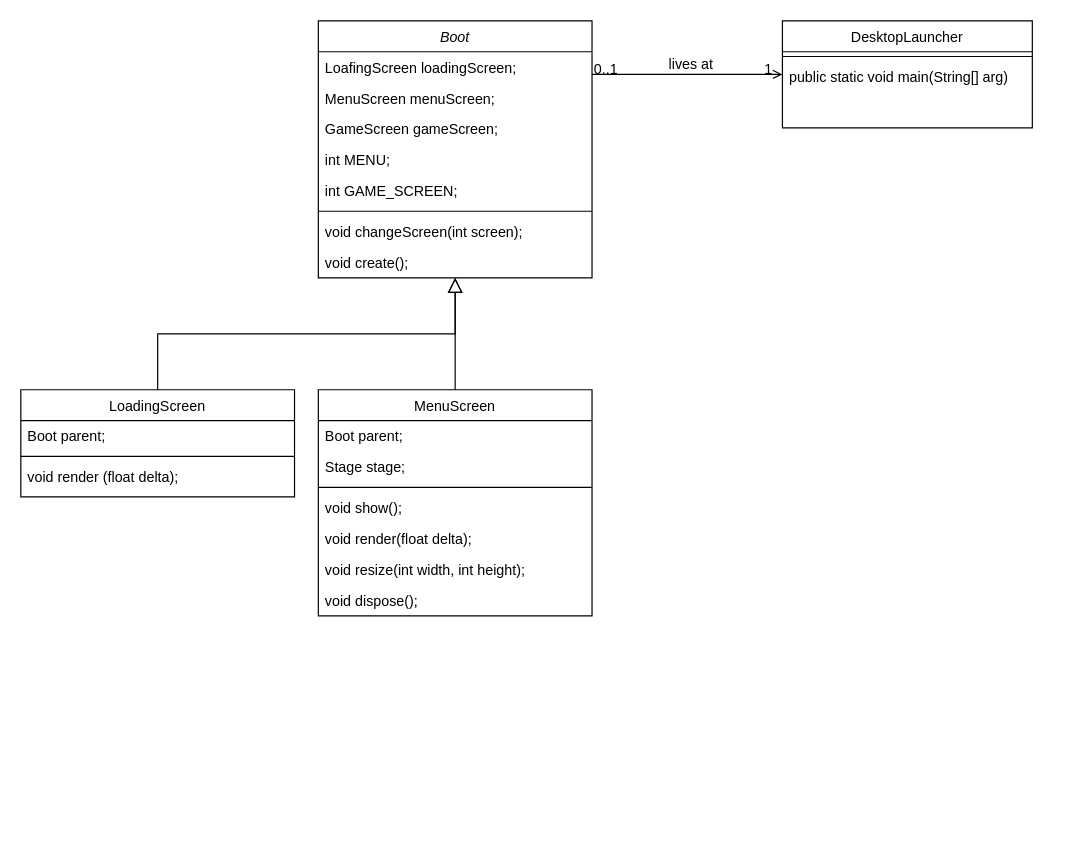
This is libgdx_fundamentos.drawio from LuizGuilhermeNych/LibGDX_Fundamentos, a draw.io file, before an edit. Source tidied: cells renumbered, new cells numbered last; positions are measured from the earlier drawing's top-left corner, leaving out a move shared by most shapes. Both pictures are drawn from the tidied source at 119%, with x=0, y=0 at pixel (20, 20).
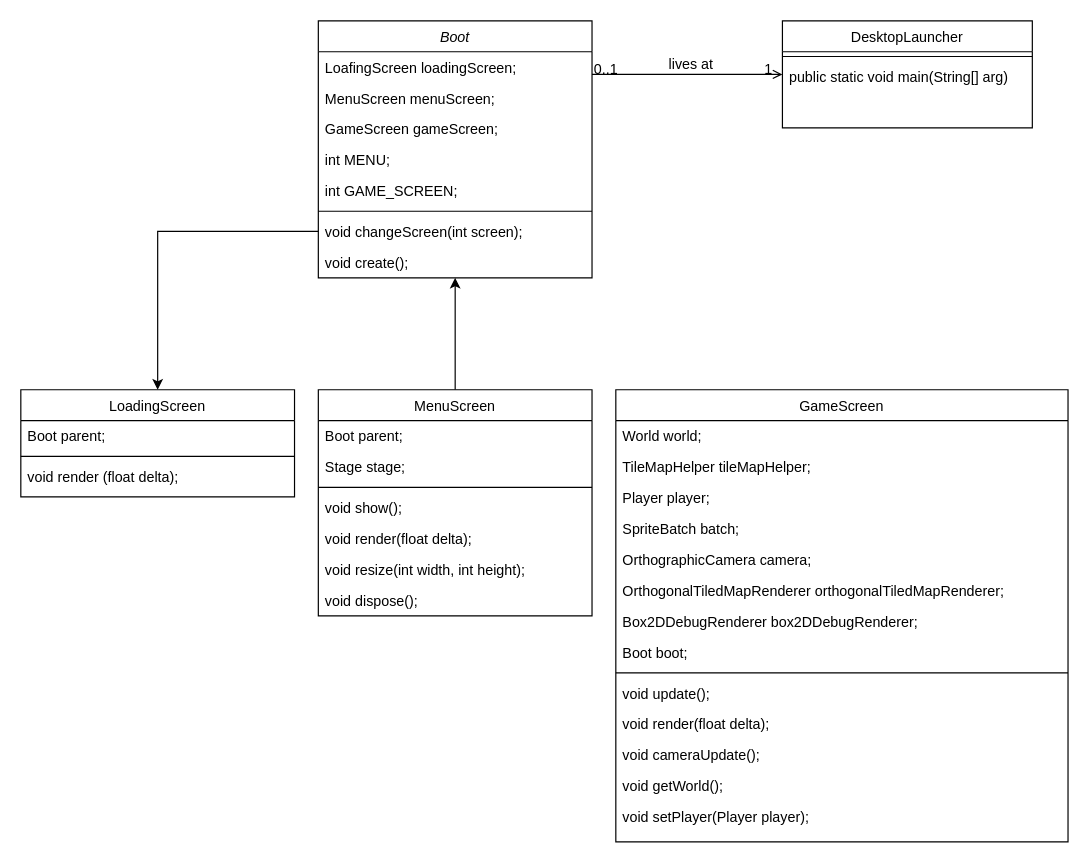
The same page after the edit.

Commit message (it also covers changes not shown here):
Player Texture.

The change refers to these unchanged cells:
```xml
<mxCell id="2" value="Boot" style="swimlane;fontStyle=2;align=center;verticalAlign=top;horizontal=1;startSize=26;rounded=0;shadow=0;strokeWidth=1;" parent="1" vertex="1">
  <mxGeometry x="250" width="230" height="216" as="geometry" />
</mxCell>
<mxCell id="9" value="void changeScreen(int screen);" style="text;align=left;verticalAlign=top;spacingLeft=4;spacingRight=4;overflow=hidden;points=[[0,0.5],[1,0.5]];portConstraint=eastwest;" parent="2" vertex="1">
  <mxGeometry y="164" width="230" height="26" as="geometry" />
</mxCell>
<mxCell id="11" value="LoadingScreen" style="swimlane;fontStyle=0;align=center;verticalAlign=top;horizontal=1;startSize=26;rounded=0;shadow=0;strokeWidth=1;" parent="1" vertex="1">
  <mxGeometry y="310" width="230" height="90" as="geometry" />
</mxCell>
<mxCell id="16" value="MenuScreen" style="swimlane;fontStyle=0;align=center;verticalAlign=top;horizontal=1;startSize=26;rounded=0;shadow=0;strokeWidth=1;" parent="1" vertex="1">
  <mxGeometry x="250" y="310" width="230" height="190" as="geometry" />
</mxCell>
```

Change to the diagram source:
```diff
@@
-    <mxCell id="15" style="endArrow=block;endSize=10;endFill=0;shadow=0;strokeWidth=1;rounded=0;edgeStyle=elbowEdgeStyle;elbow=vertical;" parent="1" edge="1" source="11" target="2">
-      <mxGeometry relative="1" as="geometry" />
-    </mxCell>
+    <mxCell id="24" style="edgeStyle=orthogonalEdgeStyle;rounded=0;jettySize=auto;html=1;exitX=0.5;exitY=0;exitDx=0;exitDy=0;entryX=0.5;entryY=1;entryDx=0;entryDy=0;" parent="1" edge="1" source="16" target="2">
+      <mxGeometry relative="1" as="geometry" />
+    </mxCell>
@@
-    <mxCell id="24" style="endArrow=block;endSize=10;endFill=0;shadow=0;strokeWidth=1;rounded=0;edgeStyle=elbowEdgeStyle;elbow=vertical;" parent="1" edge="1" source="16" target="2">
-      <mxGeometry relative="1" as="geometry" />
-    </mxCell>
@@
+    <mxCell id="32" value="GameScreen" style="swimlane;fontStyle=0;align=center;verticalAlign=top;horizontal=1;startSize=26;rounded=0;shadow=0;strokeWidth=1;" parent="1" vertex="1">
+      <mxGeometry x="500" y="310" width="380" height="380" as="geometry" />
+    </mxCell>
+    <mxCell id="33" value="World world;" style="text;align=left;verticalAlign=top;spacingLeft=4;spacingRight=4;overflow=hidden;" parent="32" vertex="1">
+      <mxGeometry y="26" width="380" height="26" as="geometry" />
+    </mxCell>
+    <mxCell id="34" value="TileMapHelper tileMapHelper;" style="text;align=left;verticalAlign=top;spacingLeft=4;spacingRight=4;overflow=hidden;" parent="32" vertex="1">
+      <mxGeometry y="52" width="380" height="26" as="geometry" />
+    </mxCell>
+    <mxCell id="35" value="Player player;" style="text;align=left;verticalAlign=top;spacingLeft=4;spacingRight=4;overflow=hidden;" parent="32" vertex="1">
+      <mxGeometry y="78" width="380" height="26" as="geometry" />
+    </mxCell>
+    <mxCell id="36" value="SpriteBatch batch;" style="text;align=left;verticalAlign=top;spacingLeft=4;spacingRight=4;overflow=hidden;" parent="32" vertex="1">
+      <mxGeometry y="104" width="380" height="26" as="geometry" />
+    </mxCell>
+    <mxCell id="37" value="OrthographicCamera camera;" style="text;align=left;verticalAlign=top;spacingLeft=4;spacingRight=4;overflow=hidden;" parent="32" vertex="1">
+      <mxGeometry y="130" width="380" height="26" as="geometry" />
+    </mxCell>
+    <mxCell id="38" value="OrthogonalTiledMapRenderer orthogonalTiledMapRenderer;" style="text;align=left;verticalAlign=top;spacingLeft=4;spacingRight=4;overflow=hidden;" parent="32" vertex="1">
+      <mxGeometry y="156" width="380" height="26" as="geometry" />
+    </mxCell>
+    <mxCell id="39" value="Box2DDebugRenderer box2DDebugRenderer;" style="text;align=left;verticalAlign=top;spacingLeft=4;spacingRight=4;overflow=hidden;" parent="32" vertex="1">
+      <mxGeometry y="182" width="380" height="26" as="geometry" />
+    </mxCell>
+    <mxCell id="40" value="Boot boot;" style="text;align=left;verticalAlign=top;spacingLeft=4;spacingRight=4;overflow=hidden;" parent="32" vertex="1">
+      <mxGeometry y="208" width="380" height="26" as="geometry" />
+    </mxCell>
+    <mxCell id="41" style="line;html=1;strokeWidth=1;align=left;verticalAlign=middle;spacingTop=-1;spacingLeft=3;spacingRight=3;labelPosition=right;" parent="32" vertex="1">
+      <mxGeometry y="234" width="380" height="8" as="geometry" />
+    </mxCell>
+    <mxCell id="42" value="void update();" style="text;align=left;verticalAlign=top;spacingLeft=4;spacingRight=4;overflow=hidden;" parent="32" vertex="1">
+      <mxGeometry y="242" width="380" height="26" as="geometry" />
+    </mxCell>
+    <mxCell id="43" value="void render(float delta);" style="text;align=left;verticalAlign=top;spacingLeft=4;spacingRight=4;overflow=hidden;" parent="32" vertex="1">
+      <mxGeometry y="268" width="380" height="26" as="geometry" />
+    </mxCell>
+    <mxCell id="44" value="void cameraUpdate();" style="text;align=left;verticalAlign=top;spacingLeft=4;spacingRight=4;overflow=hidden;" parent="32" vertex="1">
+      <mxGeometry y="294" width="380" height="26" as="geometry" />
+    </mxCell>
+    <mxCell id="45" value="void getWorld();" style="text;align=left;verticalAlign=top;spacingLeft=4;spacingRight=4;overflow=hidden;" parent="32" vertex="1">
+      <mxGeometry y="320" width="380" height="26" as="geometry" />
+    </mxCell>
+    <mxCell id="46" value="void setPlayer(Player player);" style="text;align=left;verticalAlign=top;spacingLeft=4;spacingRight=4;overflow=hidden;" parent="32" vertex="1">
+      <mxGeometry y="346" width="380" height="26" as="geometry" />
+    </mxCell>
+    <mxCell id="47" style="edgeStyle=orthogonalEdgeStyle;rounded=0;jettySize=auto;html=1;exitX=0;exitY=0.5;exitDx=0;exitDy=0;entryX=0.5;entryY=0;entryDx=0;entryDy=0;" parent="1" edge="1" source="9" target="11">
+      <mxGeometry relative="1" as="geometry" />
+    </mxCell>
```
